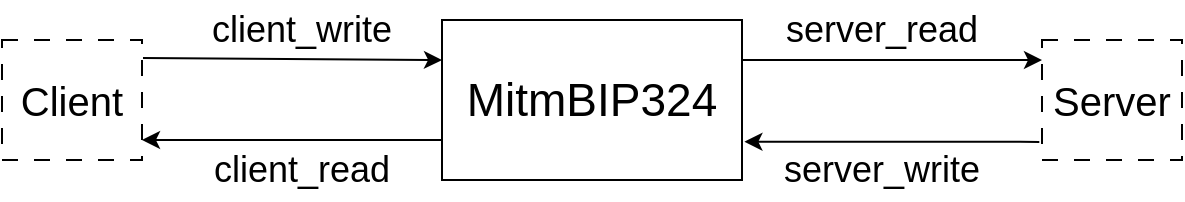
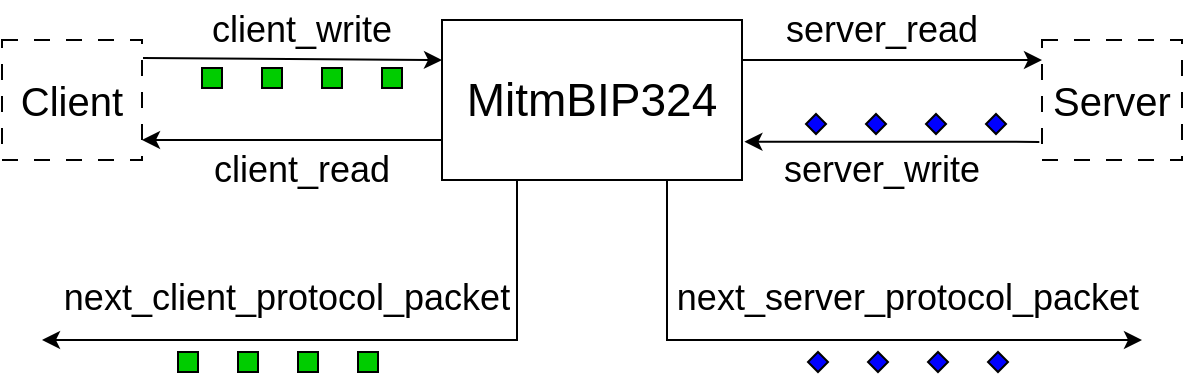
- <mxfile host="app.diagrams.net" agent="Mozilla/5.0 (Windows NT 10.0; Win64; x64; rv:148.0) Gecko/20100101 Firefox/148.0" version="29.6.3">
+ <mxfile host="app.diagrams.net" agent="Mozilla/5.0 (Windows NT 10.0; Win64; x64; rv:148.0) Gecko/20100101 Firefox/148.0">
  <diagram name="Page-1" id="BT2frSNtYsW1HbS5ycZn">
-     <mxGraphModel dx="1146" dy="687" grid="1" gridSize="10" guides="1" tooltips="1" connect="1" arrows="1" fold="1" page="1" pageScale="1" pageWidth="850" pageHeight="1100" math="0" shadow="0">
+     <mxGraphModel dx="995" dy="652" grid="1" gridSize="10" guides="1" tooltips="1" connect="1" arrows="1" fold="1" page="1" pageScale="1" pageWidth="850" pageHeight="1100" math="0" shadow="0">
      <root>
        <mxCell id="0" />
        <mxCell id="1" parent="0" />
        <mxCell id="lHrLAtmBJpnBts4CxTbX-3" edge="1" parent="1" source="lHrLAtmBJpnBts4CxTbX-1" style="edgeStyle=orthogonalEdgeStyle;rounded=0;orthogonalLoop=1;jettySize=auto;html=1;exitX=0;exitY=0.75;exitDx=0;exitDy=0;">
          <mxGeometry relative="1" as="geometry">
            <Array as="points">
              <mxPoint x="170" y="380" />
            </Array>
            <mxPoint x="170" y="380" as="targetPoint" />
+           </mxGeometry>
+         </mxCell>
+         <mxCell id="vYOmBQ2e6tlNgiwfm_z2-22" edge="1" parent="1" source="lHrLAtmBJpnBts4CxTbX-1" style="edgeStyle=orthogonalEdgeStyle;rounded=0;orthogonalLoop=1;jettySize=auto;html=1;exitX=0.25;exitY=1;exitDx=0;exitDy=0;">
+           <mxGeometry relative="1" as="geometry">
+             <Array as="points">
+               <mxPoint x="358" y="480" />
+             </Array>
+             <mxPoint x="120" y="480" as="targetPoint" />
+           </mxGeometry>
+         </mxCell>
+         <mxCell id="vYOmBQ2e6tlNgiwfm_z2-23" edge="1" parent="1" source="lHrLAtmBJpnBts4CxTbX-1" style="edgeStyle=orthogonalEdgeStyle;rounded=0;orthogonalLoop=1;jettySize=auto;html=1;exitX=0.75;exitY=1;exitDx=0;exitDy=0;">
+           <mxGeometry relative="1" as="geometry">
+             <Array as="points">
+               <mxPoint x="433" y="480" />
+             </Array>
+             <mxPoint x="670" y="480" as="targetPoint" />
          </mxGeometry>
        </mxCell>
        <mxCell id="lHrLAtmBJpnBts4CxTbX-1" parent="1" style="rounded=0;whiteSpace=wrap;html=1;" value="&lt;font style=&quot;font-size: 23px;&quot;&gt;MitmBIP324&lt;/font&gt;" vertex="1">
          <mxGeometry height="80" width="150" x="320" y="320" as="geometry" />
        </mxCell>
        <mxCell id="lHrLAtmBJpnBts4CxTbX-2" edge="1" parent="1" source="lHrLAtmBJpnBts4CxTbX-8" style="endArrow=classic;html=1;rounded=0;entryX=0;entryY=0.25;entryDx=0;entryDy=0;exitX=1.007;exitY=0.15;exitDx=0;exitDy=0;exitPerimeter=0;" target="lHrLAtmBJpnBts4CxTbX-1" value="">
          <mxGeometry height="50" relative="1" width="50" as="geometry">
            <mxPoint x="180" y="340" as="sourcePoint" />
            <mxPoint x="310" y="340" as="targetPoint" />
          </mxGeometry>
        </mxCell>
        <mxCell id="lHrLAtmBJpnBts4CxTbX-4" parent="1" style="text;html=1;whiteSpace=wrap;strokeColor=none;fillColor=none;align=center;verticalAlign=middle;rounded=0;" value="&lt;font style=&quot;font-size: 18px;&quot;&gt;client_write&lt;/font&gt;" vertex="1">
          <mxGeometry height="30" width="60" x="220" y="310" as="geometry" />
        </mxCell>
        <mxCell id="lHrLAtmBJpnBts4CxTbX-5" parent="1" style="text;html=1;whiteSpace=wrap;strokeColor=none;fillColor=none;align=center;verticalAlign=middle;rounded=0;" value="&lt;font style=&quot;font-size: 18px;&quot;&gt;client_read&lt;/font&gt;" vertex="1">
          <mxGeometry height="30" width="60" x="220" y="380" as="geometry" />
        </mxCell>
        <mxCell id="lHrLAtmBJpnBts4CxTbX-6" parent="1" style="text;html=1;whiteSpace=wrap;strokeColor=none;fillColor=none;align=center;verticalAlign=middle;rounded=0;" value="&lt;font style=&quot;font-size: 18px;&quot;&gt;server_read&lt;/font&gt;" vertex="1">
          <mxGeometry height="30" width="70" x="505" y="310" as="geometry" />
        </mxCell>
        <mxCell id="lHrLAtmBJpnBts4CxTbX-7" parent="1" style="text;html=1;whiteSpace=wrap;strokeColor=none;fillColor=none;align=center;verticalAlign=middle;rounded=0;" value="&lt;font style=&quot;font-size: 18px;&quot;&gt;server_write&lt;/font&gt;" vertex="1">
          <mxGeometry height="30" width="60" x="510" y="380" as="geometry" />
        </mxCell>
        <mxCell id="lHrLAtmBJpnBts4CxTbX-8" parent="1" style="rounded=0;whiteSpace=wrap;html=1;dashed=1;dashPattern=8 8;" value="&lt;font style=&quot;font-size: 20px;&quot;&gt;Client&lt;/font&gt;" vertex="1">
          <mxGeometry height="60" width="70" x="100" y="330" as="geometry" />
        </mxCell>
        <mxCell id="lHrLAtmBJpnBts4CxTbX-11" edge="1" parent="1" source="lHrLAtmBJpnBts4CxTbX-9" style="edgeStyle=orthogonalEdgeStyle;rounded=0;orthogonalLoop=1;jettySize=auto;html=1;exitX=-0.019;exitY=0.849;exitDx=0;exitDy=0;exitPerimeter=0;entryX=1.008;entryY=0.761;entryDx=0;entryDy=0;entryPerimeter=0;" target="lHrLAtmBJpnBts4CxTbX-1">
          <mxGeometry relative="1" as="geometry">
            <Array as="points" />
            <mxPoint x="610" y="380" as="sourcePoint" />
            <mxPoint x="480" y="381" as="targetPoint" />
          </mxGeometry>
        </mxCell>
        <mxCell id="lHrLAtmBJpnBts4CxTbX-9" parent="1" style="rounded=0;whiteSpace=wrap;html=1;dashed=1;dashPattern=8 8;" value="&lt;font style=&quot;font-size: 20px;&quot;&gt;Server&lt;/font&gt;" vertex="1">
          <mxGeometry height="60" width="70" x="620" y="330" as="geometry" />
        </mxCell>
        <mxCell id="lHrLAtmBJpnBts4CxTbX-10" edge="1" parent="1" source="lHrLAtmBJpnBts4CxTbX-1" style="endArrow=classic;html=1;rounded=0;exitX=1;exitY=0.25;exitDx=0;exitDy=0;" value="">
          <mxGeometry height="50" relative="1" width="50" as="geometry">
            <mxPoint x="400" y="450" as="sourcePoint" />
            <mxPoint x="620" y="340" as="targetPoint" />
          </mxGeometry>
        </mxCell>
+         <mxCell id="vYOmBQ2e6tlNgiwfm_z2-1" parent="1" style="rounded=0;whiteSpace=wrap;html=1;fillColor=#00CC00;" value="" vertex="1">
+           <mxGeometry height="10" width="10" x="200" y="344" as="geometry" />
+         </mxCell>
+         <mxCell id="vYOmBQ2e6tlNgiwfm_z2-2" parent="1" style="rounded=0;whiteSpace=wrap;html=1;fillColor=#00CC00;" value="" vertex="1">
+           <mxGeometry height="10" width="10" x="230" y="344" as="geometry" />
+         </mxCell>
+         <mxCell id="vYOmBQ2e6tlNgiwfm_z2-3" parent="1" style="rounded=0;whiteSpace=wrap;html=1;fillColor=#00CC00;" value="" vertex="1">
+           <mxGeometry height="10" width="10" x="260" y="344" as="geometry" />
+         </mxCell>
+         <mxCell id="vYOmBQ2e6tlNgiwfm_z2-4" parent="1" style="rounded=0;whiteSpace=wrap;html=1;fillColor=#00CC00;" value="" vertex="1">
+           <mxGeometry height="10" width="10" x="290" y="344" as="geometry" />
+         </mxCell>
+         <mxCell id="vYOmBQ2e6tlNgiwfm_z2-13" parent="1" style="rhombus;whiteSpace=wrap;html=1;fillColor=#0000FF;" value="" vertex="1">
+           <mxGeometry height="10" width="10" x="532" y="367" as="geometry" />
+         </mxCell>
+         <mxCell id="vYOmBQ2e6tlNgiwfm_z2-15" parent="1" style="rhombus;whiteSpace=wrap;html=1;fillColor=#0000FF;" value="" vertex="1">
+           <mxGeometry height="10" width="10" x="562" y="367" as="geometry" />
+         </mxCell>
+         <mxCell id="vYOmBQ2e6tlNgiwfm_z2-16" parent="1" style="rhombus;whiteSpace=wrap;html=1;fillColor=#0000FF;" value="" vertex="1">
+           <mxGeometry height="10" width="10" x="592" y="367" as="geometry" />
+         </mxCell>
+         <mxCell id="vYOmBQ2e6tlNgiwfm_z2-17" parent="1" style="rhombus;whiteSpace=wrap;html=1;fillColor=#0000FF;" value="" vertex="1">
+           <mxGeometry height="10" width="10" x="502" y="367" as="geometry" />
+         </mxCell>
+         <mxCell id="vYOmBQ2e6tlNgiwfm_z2-26" parent="1" style="text;html=1;whiteSpace=wrap;strokeColor=none;fillColor=none;align=center;verticalAlign=middle;rounded=0;" value="&lt;font style=&quot;font-size: 18px;&quot;&gt;next_client_protocol_packet&lt;/font&gt;" vertex="1">
+           <mxGeometry height="30" width="231" x="127" y="444" as="geometry" />
+         </mxCell>
+         <mxCell id="vYOmBQ2e6tlNgiwfm_z2-28" parent="1" style="rounded=0;whiteSpace=wrap;html=1;fillColor=#00CC00;" value="" vertex="1">
+           <mxGeometry height="10" width="10" x="188" y="486" as="geometry" />
+         </mxCell>
+         <mxCell id="vYOmBQ2e6tlNgiwfm_z2-29" parent="1" style="rounded=0;whiteSpace=wrap;html=1;fillColor=#00CC00;" value="" vertex="1">
+           <mxGeometry height="10" width="10" x="218" y="486" as="geometry" />
+         </mxCell>
+         <mxCell id="vYOmBQ2e6tlNgiwfm_z2-30" parent="1" style="rounded=0;whiteSpace=wrap;html=1;fillColor=#00CC00;" value="" vertex="1">
+           <mxGeometry height="10" width="10" x="248" y="486" as="geometry" />
+         </mxCell>
+         <mxCell id="vYOmBQ2e6tlNgiwfm_z2-31" parent="1" style="rounded=0;whiteSpace=wrap;html=1;fillColor=#00CC00;" value="" vertex="1">
+           <mxGeometry height="10" width="10" x="278" y="486" as="geometry" />
+         </mxCell>
+         <mxCell id="vYOmBQ2e6tlNgiwfm_z2-32" parent="1" style="text;html=1;whiteSpace=wrap;strokeColor=none;fillColor=none;align=center;verticalAlign=middle;rounded=0;" value="&lt;font style=&quot;font-size: 18px;&quot;&gt;next_server_protocol_packet&lt;/font&gt;" vertex="1">
+           <mxGeometry height="30" width="240" x="433" y="444" as="geometry" />
+         </mxCell>
+         <mxCell id="vYOmBQ2e6tlNgiwfm_z2-33" parent="1" style="rhombus;whiteSpace=wrap;html=1;fillColor=#0000FF;" value="" vertex="1">
+           <mxGeometry height="10" width="10" x="533" y="486" as="geometry" />
+         </mxCell>
+         <mxCell id="vYOmBQ2e6tlNgiwfm_z2-34" parent="1" style="rhombus;whiteSpace=wrap;html=1;fillColor=#0000FF;" value="" vertex="1">
+           <mxGeometry height="10" width="10" x="563" y="486" as="geometry" />
+         </mxCell>
+         <mxCell id="vYOmBQ2e6tlNgiwfm_z2-35" parent="1" style="rhombus;whiteSpace=wrap;html=1;fillColor=#0000FF;" value="" vertex="1">
+           <mxGeometry height="10" width="10" x="593" y="486" as="geometry" />
+         </mxCell>
+         <mxCell id="vYOmBQ2e6tlNgiwfm_z2-36" parent="1" style="rhombus;whiteSpace=wrap;html=1;fillColor=#0000FF;" value="" vertex="1">
+           <mxGeometry height="10" width="10" x="503" y="486" as="geometry" />
+         </mxCell>
      </root>
    </mxGraphModel>
  </diagram>
</mxfile>
